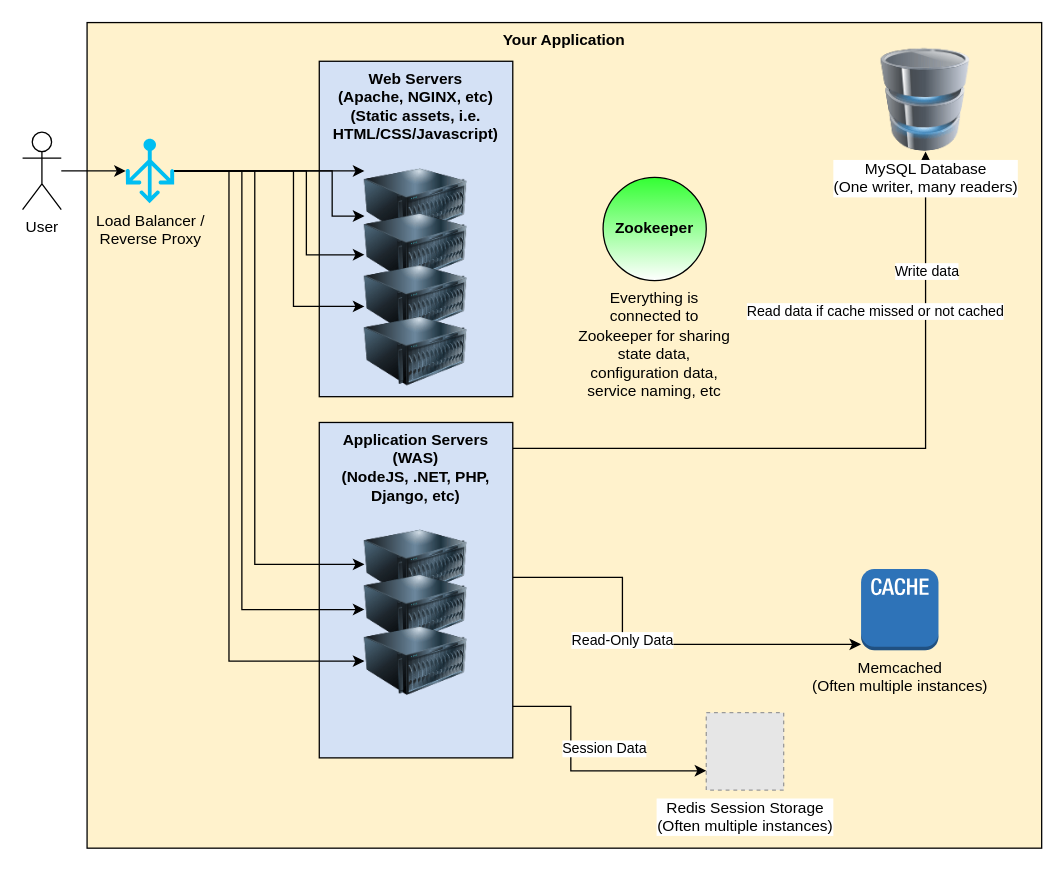
Before: Untitled Diagram.drawio in TheBeege/benard_infra_arch, a draw.io diagram. Source tidied: cells renumbered, new cells numbered last; positions are measured from the earlier drawing's top-left corner, leaving out a move shared by most shapes. Both pictures are drawn from the tidied source at 129%, with x=0, y=0 at pixel (22, 22). Pictures stored in the file or linked from it are replaced by grey dashed boxes.
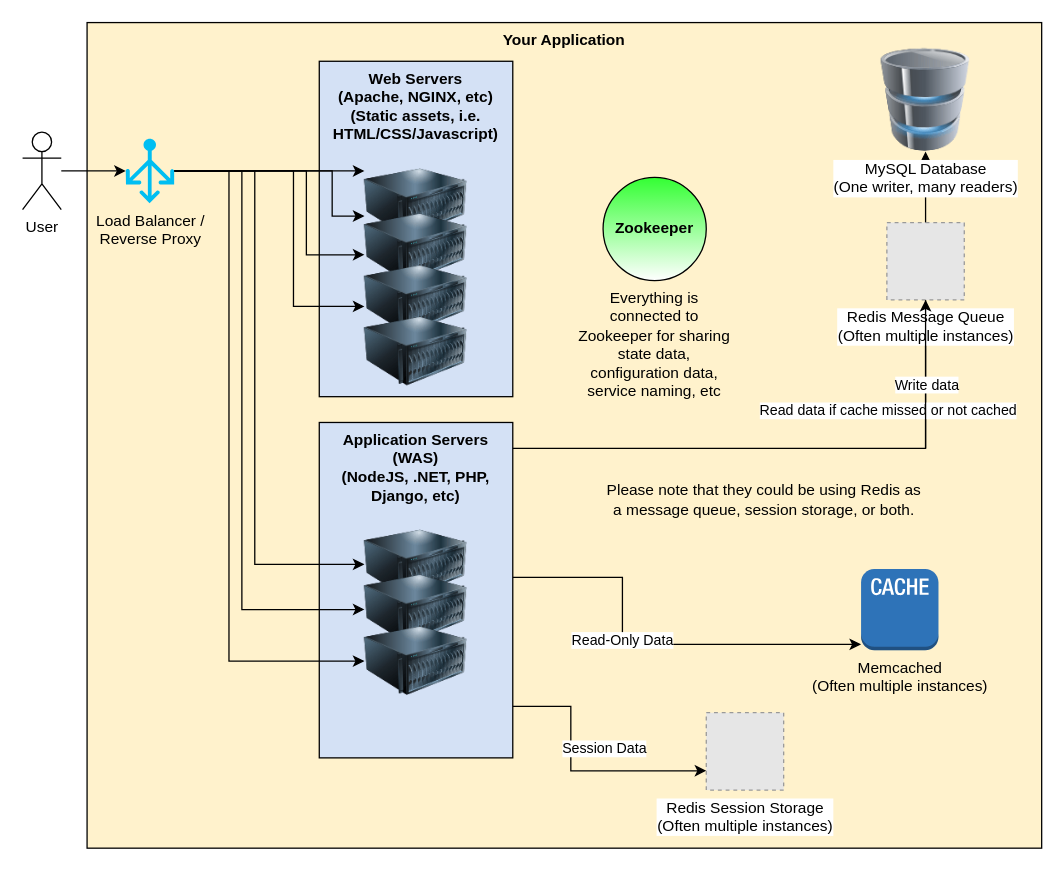
The same diagram, later.

Unchanged cells that the change refers to:
```xml
<mxCell id="8" value="Application Servers&lt;br&gt;(WAS)&lt;br&gt;(NodeJS, .NET, PHP, Django, etc)" style="rounded=0;whiteSpace=wrap;html=1;fillColor=#D4E1F5;verticalAlign=top;fontStyle=1;" parent="1" vertex="1">
  <mxGeometry x="230" y="310" width="150" height="260" as="geometry" />
</mxCell>
<mxCell id="32" value="MySQL Database&lt;br&gt;(One writer, many readers)" style="image;html=1;image=img/lib/clip_art/computers/Database_128x128.png;fillColor=#33FF33;gradientColor=#ffffff;" parent="1" vertex="1">
  <mxGeometry x="660" y="20" width="80" height="80" as="geometry" />
</mxCell>
```

Change to the diagram source:
```diff
@@
-    <mxCell id="5" style="edgeStyle=orthogonalEdgeStyle;rounded=0;jettySize=auto;html=1;" parent="1" edge="1" source="8" target="32">
+    <mxCell id="5" style="edgeStyle=orthogonalEdgeStyle;rounded=0;jettySize=auto;html=1;" parent="1" edge="1" source="34" target="32">
       <mxGeometry relative="1" as="geometry">
         <Array as="points">
           <mxPoint x="700" y="330" />
         </Array>
       </mxGeometry>
     </mxCell>
     <mxCell id="6" value="Read data if cache missed or not cached" style="edgeLabel;html=1;align=center;verticalAlign=middle;" parent="5" vertex="1">
       <mxGeometry x="0.23" y="-1" relative="1" as="geometry">
-        <mxPoint x="-41" y="-89" as="offset" />
+        <mxPoint x="-31" y="67" as="offset" />
       </mxGeometry>
     </mxCell>
-    <mxCell id="7" value="Write data" style="edgeLabel;html=1;align=center;verticalAlign=middle;" parent="5" vertex="1">
-      <mxGeometry x="0.28" relative="1" as="geometry">
-        <mxPoint y="-106" as="offset" />
-      </mxGeometry>
-    </mxCell>
@@
+    <mxCell id="34" value="Redis Message Queue&lt;br&gt;(Often multiple instances)" style="fillColor=#E6E6E6;strokeColor=#999999;dashed=1;html=1;verticalAlign=top;verticalLabelPosition=bottom;labelBackgroundColor=#ffffff;" parent="1" vertex="1">
+      <mxGeometry x="670" y="155" width="60" height="60" as="geometry" />
+    </mxCell>
+    <mxCell id="35" style="edgeStyle=orthogonalEdgeStyle;rounded=0;jettySize=auto;html=1;" parent="1" edge="1" source="8" target="34">
+      <mxGeometry relative="1" as="geometry">
+        <Array as="points">
+          <mxPoint x="440" y="330" />
+          <mxPoint x="440" y="330" />
+        </Array>
+      </mxGeometry>
+    </mxCell>
+    <mxCell id="7" value="Write data" style="edgeLabel;html=1;align=center;verticalAlign=middle;" parent="35" vertex="1">
+      <mxGeometry x="0.28" relative="1" as="geometry">
+        <mxPoint x="42" y="-50" as="offset" />
+      </mxGeometry>
+    </mxCell>
+    <mxCell id="36" value="Please note that they could be using Redis as a message queue, session storage, or both." style="text;html=1;strokeColor=none;fillColor=none;align=center;verticalAlign=middle;whiteSpace=wrap;rounded=0;" parent="1" vertex="1">
+      <mxGeometry x="450" y="360" width="250" height="20" as="geometry" />
+    </mxCell>
```
